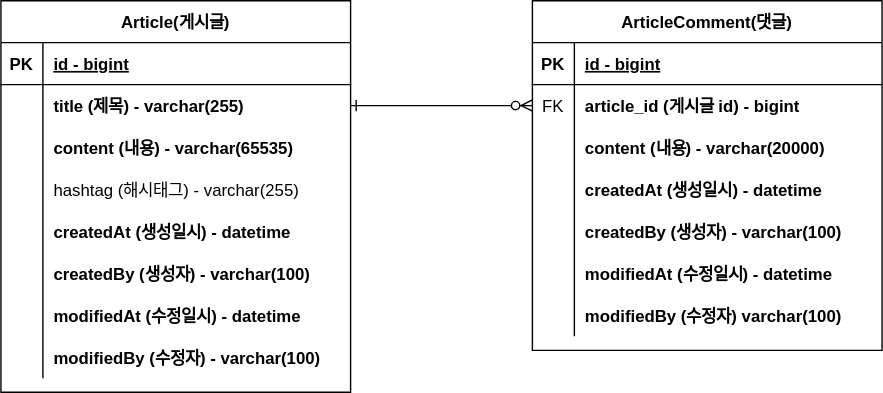
parkgyoengjun/Myproject-board keeps this draw.io diagram as document/project-board-erd.svg. Above is the earlier version. Source tidied: cells renumbered, new cells last; positions are measured from the earlier drawing's top-left corner, leaving out a move shared by most shapes.
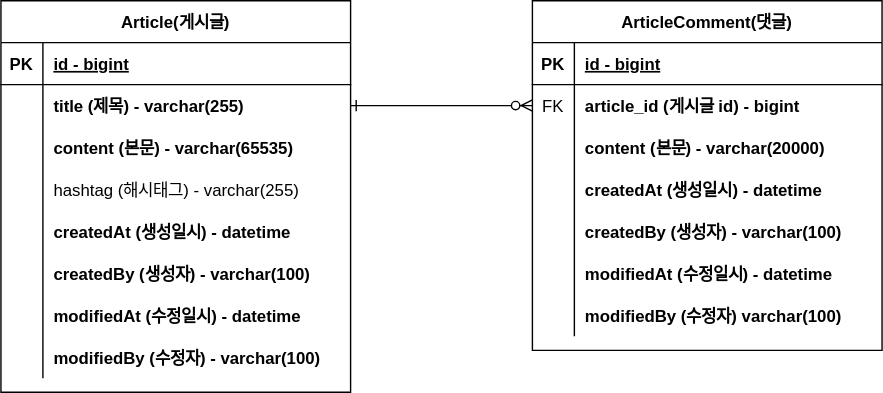
The same file after the commit.

Commit message:
#5 - ERD 주석 업데이트 : project-board-erd.svg

The edit, as a diff of the source:
```diff
@@ -32,7 +32,7 @@
     <mxCell id="11" style="shape=partialRectangle;overflow=hidden;fillColor=none;top=0;left=0;bottom=0;right=0;" parent="10" vertex="1">
       <mxGeometry width="30" height="30" as="geometry" />
     </mxCell>
-    <mxCell id="12" value="content (내용) - varchar(20000)" style="shape=partialRectangle;overflow=hidden;fillColor=none;top=0;left=0;bottom=0;right=0;align=left;spacingLeft=6;fontStyle=1;" parent="10" vertex="1">
+    <mxCell id="12" value="content (본문) - varchar(20000)" style="shape=partialRectangle;overflow=hidden;fillColor=none;top=0;left=0;bottom=0;right=0;align=left;spacingLeft=6;fontStyle=1;" parent="10" vertex="1">
       <mxGeometry x="30" width="220" height="30" as="geometry" />
     </mxCell>
     <mxCell id="13" style="shape=partialRectangle;fillColor=none;top=0;left=0;right=0;bottom=0;" parent="3" vertex="1">
@@ -98,7 +98,7 @@
     <mxCell id="33" style="shape=partialRectangle;overflow=hidden;fillColor=none;top=0;left=0;bottom=0;right=0;" parent="32" vertex="1">
       <mxGeometry width="30" height="30" as="geometry" />
     </mxCell>
-    <mxCell id="34" value="content (내용) - varchar(65535)" style="shape=partialRectangle;overflow=hidden;fillColor=none;top=0;left=0;bottom=0;right=0;align=left;spacingLeft=6;fontStyle=1;" parent="32" vertex="1">
+    <mxCell id="34" value="content (본문) - varchar(65535)" style="shape=partialRectangle;overflow=hidden;fillColor=none;top=0;left=0;bottom=0;right=0;align=left;spacingLeft=6;fontStyle=1;" parent="32" vertex="1">
       <mxGeometry x="30" width="220" height="30" as="geometry" />
     </mxCell>
     <mxCell id="35" style="shape=partialRectangle;fillColor=none;top=0;left=0;right=0;bottom=0;" parent="25" vertex="1">
```
